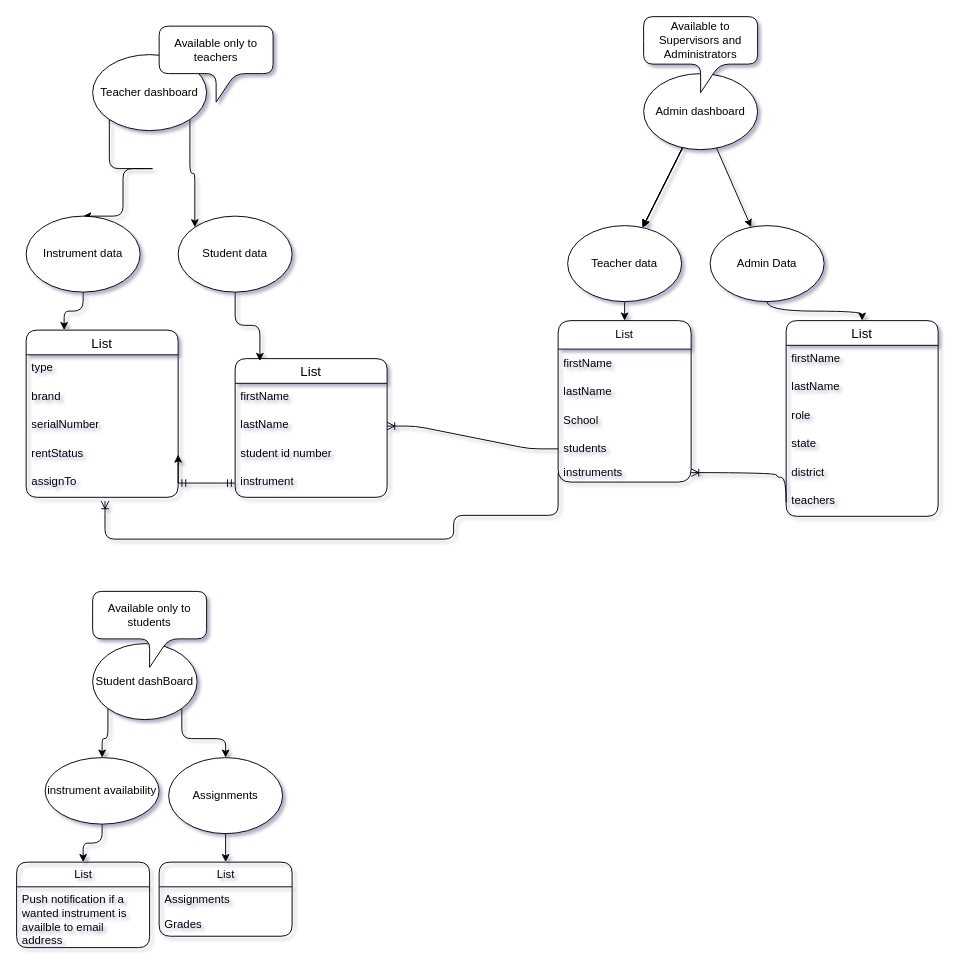
rpdavila/atlas keeps this draw.io diagram as page "schema" (1 of 2) of src/business-map/business_functionailty.drawio. Above is the earlier version. Source tidied: cells renumbered, new cells numbered last; positions are measured from the earlier drawing's top-left corner, leaving out a move shared by most shapes. Both pictures are drawn from the tidied source at 95%, with x=0, y=0 at pixel (16, 16).
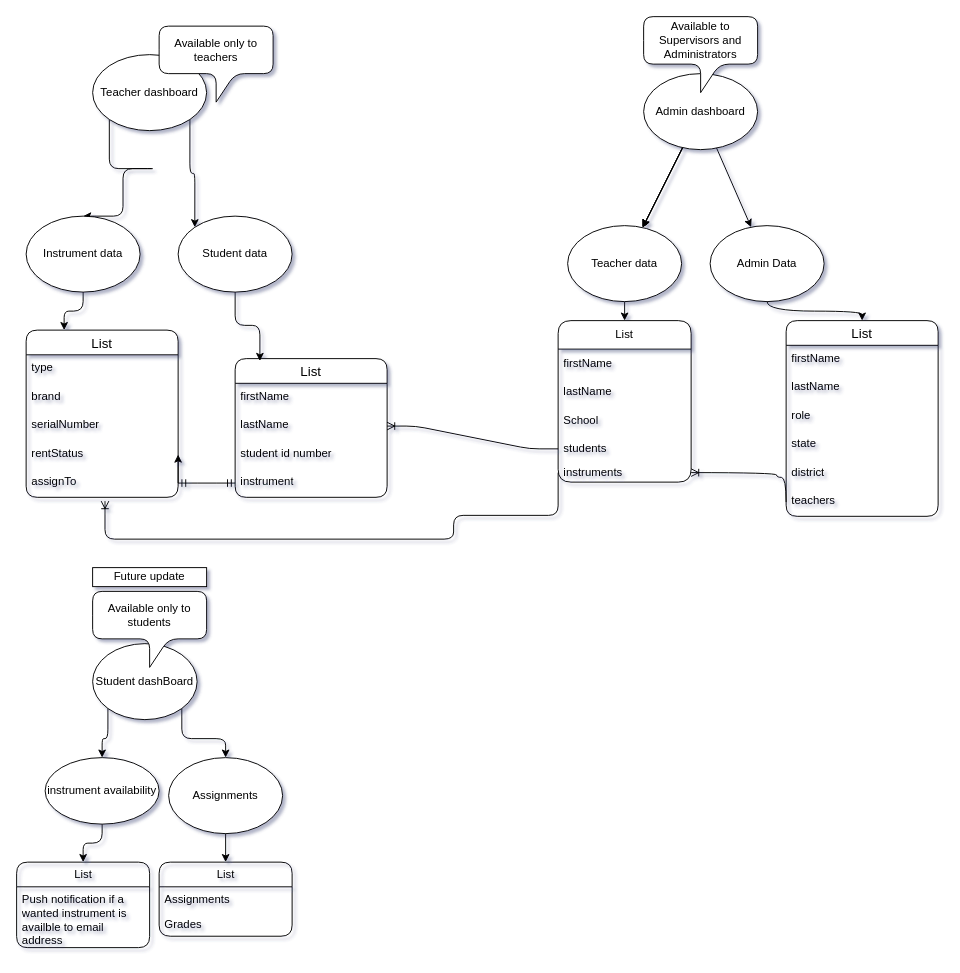
The same page after the edit.

Diff of the diagram source:
```diff
@@
+    <mxCell id="63" value="Future update" style="rounded=0;whiteSpace=wrap;html=1;" parent="1" vertex="1">
+      <mxGeometry x="80" y="580" width="120" height="20" as="geometry" />
+    </mxCell>
```
